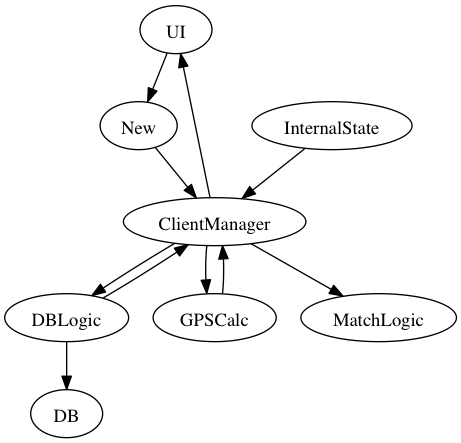
This is projekt/sanningen3.png from maxfalk/OSM, a Graphviz export, as it was before one commit. Its source is kept beside it as projekt/sanningen3.gv.
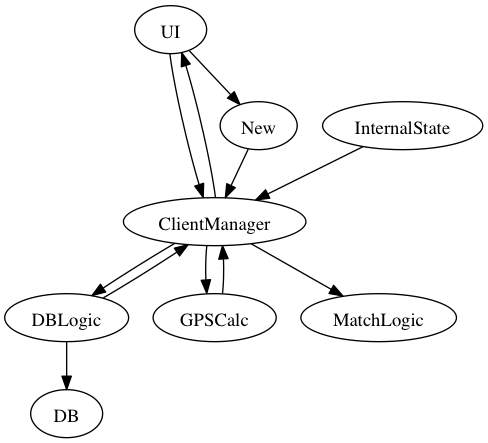
The same diagram one commit later.

Commit message:
sanningen3 fixad

Diff of the diagram source:
```diff
@@ -1,8 +1,13 @@
 digraph “datarace”{
 
+
+
+UI->ClientManager;
 UI->New;
+ClientManager->UI;
+
 New->ClientManager;
-ClientManager->UI;
+
 InternalState->ClientManager;
 ClientManager->DBLogic;
 DBLogic->ClientManager;
@@ -10,4 +15,5 @@
 GPSCalc->ClientManager;
 ClientManager->MatchLogic;
 DBLogic->DB;
+
 }
```
